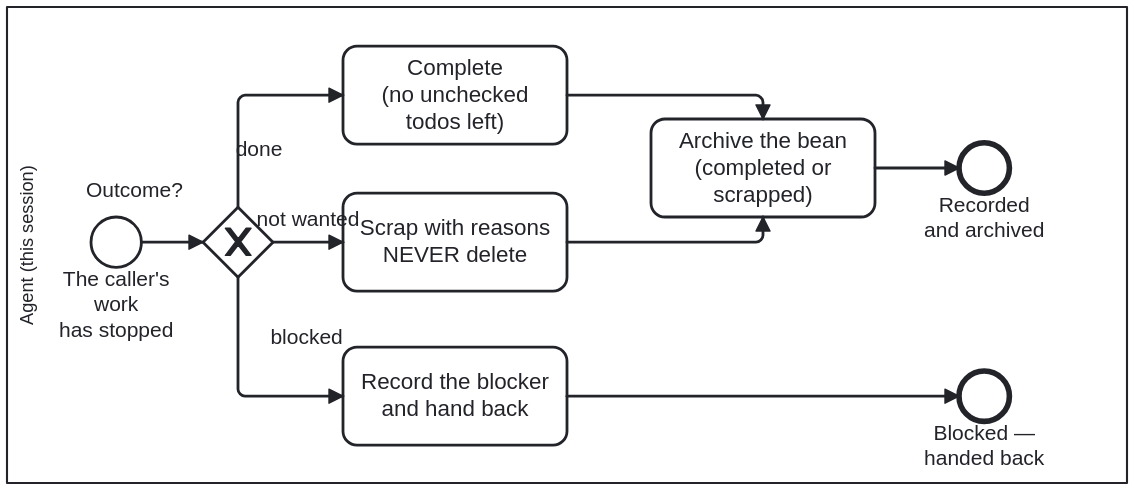
This is docs/assets/img/workflows/bean-close.svg from litlfred/cat-harness, a BPMN export, as it was before one commit. Its source is kept beside it as processes/sdlc/bean-close.bpmn. Ids are renumbered.
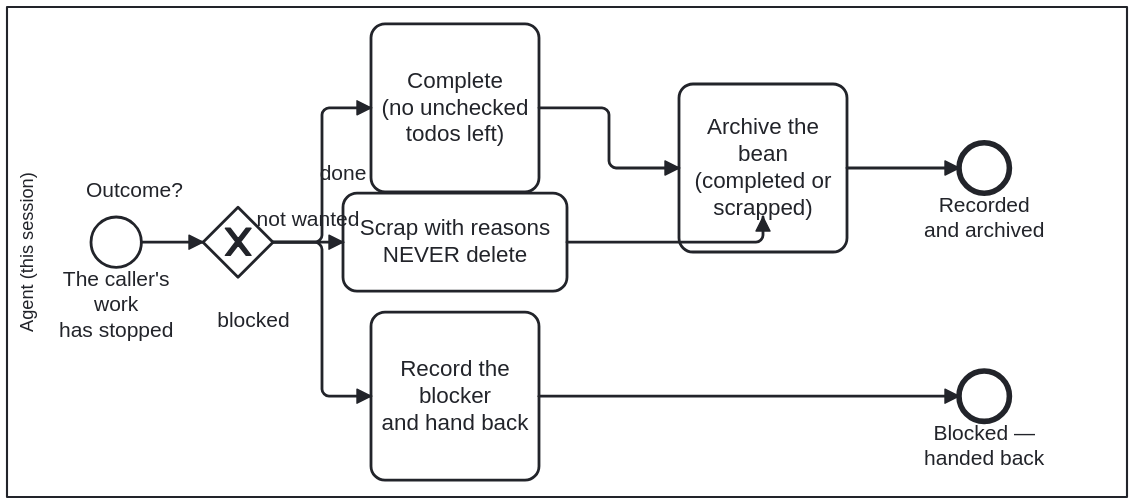
Above is the later version.

Diff of the diagram source:
```diff
@@ -118,29 +118,53 @@
 
   <bpmndi:BPMNDiagram id="BPMNDiagram_BeanClose">
     <bpmndi:BPMNPlane id="BPMNPlane_BeanClose" bpmnElement="Process_BeanClose">
-      <bpmndi:BPMNShape id="Lane_Agent_di" bpmnElement="Lane_Agent" isHorizontal="true"><dc:Bounds x="160" y="40" width="800" height="340"/></bpmndi:BPMNShape>
+      <bpmndi:BPMNShape id="Lane_Agent_di" bpmnElement="Lane_Agent" isHorizontal="true"><dc:Bounds x="160" y="40" width="800" height="350" /></bpmndi:BPMNShape>
 
-      <bpmndi:BPMNShape id="Close_Start_di" bpmnElement="Close_Start"><dc:Bounds x="220" y="190" width="36" height="36"/></bpmndi:BPMNShape>
-      <bpmndi:BPMNShape id="Close_Outcome_di" bpmnElement="Close_Outcome" isMarkerVisible="true"><dc:Bounds x="300" y="183" width="50" height="50"/>
-        <bpmndi:BPMNLabel><dc:Bounds x="206" y="162" width="90" height="17" /></bpmndi:BPMNLabel>
-      </bpmndi:BPMNShape>
-      <bpmndi:BPMNShape id="Close_Complete_di" bpmnElement="Close_Complete"><dc:Bounds x="400" y="68" width="160" height="70"/></bpmndi:BPMNShape>
-      <bpmndi:BPMNShape id="Close_Scrap_di" bpmnElement="Close_Scrap"><dc:Bounds x="400" y="173" width="160" height="70"/></bpmndi:BPMNShape>
-      <bpmndi:BPMNShape id="Close_RecordBlocker_di" bpmnElement="Close_RecordBlocker"><dc:Bounds x="400" y="283" width="160" height="70"/></bpmndi:BPMNShape>
-      <bpmndi:BPMNShape id="Close_Archive_di" bpmnElement="Close_Archive"><dc:Bounds x="620" y="120" width="160" height="70"/></bpmndi:BPMNShape>
-      <bpmndi:BPMNShape id="Close_Archived_di" bpmnElement="Close_Archived"><dc:Bounds x="840" y="137" width="36" height="36"/></bpmndi:BPMNShape>
-      <bpmndi:BPMNShape id="Close_HandedBack_di" bpmnElement="Close_HandedBack"><dc:Bounds x="840" y="300" width="36" height="36"/></bpmndi:BPMNShape>
+      <bpmndi:BPMNShape id="Close_Start_di" bpmnElement="Close_Start"><dc:Bounds x="220" y="190" width="36" height="36" /></bpmndi:BPMNShape>
+      <bpmndi:BPMNShape id="Close_Outcome_di" bpmnElement="Close_Outcome" isMarkerVisible="true"><dc:Bounds x="300" y="183" width="50" height="50" />
+
+      <bpmndi:BPMNLabel><dc:Bounds x="206" y="162" width="90" height="17" /></bpmndi:BPMNLabel></bpmndi:BPMNShape>
+      <bpmndi:BPMNShape id="Close_Complete_di" bpmnElement="Close_Complete"><dc:Bounds x="420" y="52" width="120" height="120" /></bpmndi:BPMNShape>
+      <bpmndi:BPMNShape id="Close_Scrap_di" bpmnElement="Close_Scrap"><dc:Bounds x="400" y="173" width="160" height="70" /></bpmndi:BPMNShape>
+      <bpmndi:BPMNShape id="Close_RecordBlocker_di" bpmnElement="Close_RecordBlocker"><dc:Bounds x="420" y="258" width="120" height="120" /></bpmndi:BPMNShape>
+      <bpmndi:BPMNShape id="Close_Archive_di" bpmnElement="Close_Archive"><dc:Bounds x="640" y="95" width="120" height="120" /></bpmndi:BPMNShape>
+      <bpmndi:BPMNShape id="Close_Archived_di" bpmnElement="Close_Archived"><dc:Bounds x="840" y="137" width="36" height="36" /></bpmndi:BPMNShape>
+      <bpmndi:BPMNShape id="Close_HandedBack_di" bpmnElement="Close_HandedBack"><dc:Bounds x="840" y="300" width="36" height="36" /></bpmndi:BPMNShape>
 
       <bpmndi:BPMNEdge id="BC_1_di" bpmnElement="BC_1"><di:waypoint x="256" y="208"/><di:waypoint x="300" y="208"/></bpmndi:BPMNEdge>
-      <bpmndi:BPMNEdge id="BC_2_di" bpmnElement="BC_2"><di:waypoint x="325" y="183"/><di:waypoint x="325" y="103"/><di:waypoint x="400" y="103"/></bpmndi:BPMNEdge>
+      <bpmndi:BPMNEdge id="BC_2_di" bpmnElement="BC_2">
+        <di:waypoint x="350" y="208" />
+        <di:waypoint x="385" y="208" />
+        <di:waypoint x="385" y="112" />
+        <di:waypoint x="420" y="112" />
+      </bpmndi:BPMNEdge>
       <bpmndi:BPMNEdge id="BC_3_di" bpmnElement="BC_3"><di:waypoint x="350" y="208"/><di:waypoint x="400" y="208"/></bpmndi:BPMNEdge>
-      <bpmndi:BPMNEdge id="BC_4_di" bpmnElement="BC_4"><di:waypoint x="325" y="233"/><di:waypoint x="325" y="318"/><di:waypoint x="400" y="318"/>
-        <bpmndi:BPMNLabel><dc:Bounds x="329" y="267" width="90" height="17" /></bpmndi:BPMNLabel>
+      <bpmndi:BPMNEdge id="BC_4_di" bpmnElement="BC_4">
+        <di:waypoint x="350" y="208" />
+        <di:waypoint x="385" y="208" />
+        <di:waypoint x="385" y="318" />
+        <di:waypoint x="420" y="318" />
+        <bpmndi:BPMNLabel><dc:Bounds x="291" y="254.5" width="90" height="17" /></bpmndi:BPMNLabel>
       </bpmndi:BPMNEdge>
-      <bpmndi:BPMNEdge id="BC_5_di" bpmnElement="BC_5"><di:waypoint x="560" y="103"/><di:waypoint x="700" y="103"/><di:waypoint x="700" y="120"/></bpmndi:BPMNEdge>
-      <bpmndi:BPMNEdge id="BC_6_di" bpmnElement="BC_6"><di:waypoint x="560" y="208"/><di:waypoint x="700" y="208"/><di:waypoint x="700" y="190"/></bpmndi:BPMNEdge>
-      <bpmndi:BPMNEdge id="BC_7_di" bpmnElement="BC_7"><di:waypoint x="780" y="155"/><di:waypoint x="840" y="155"/></bpmndi:BPMNEdge>
-      <bpmndi:BPMNEdge id="BC_8_di" bpmnElement="BC_8"><di:waypoint x="560" y="318"/><di:waypoint x="840" y="318"/></bpmndi:BPMNEdge>
+      <bpmndi:BPMNEdge id="BC_5_di" bpmnElement="BC_5">
+        <di:waypoint x="540" y="112" />
+        <di:waypoint x="590" y="112" />
+        <di:waypoint x="590" y="155" />
+        <di:waypoint x="640" y="155" />
+      </bpmndi:BPMNEdge>
+      <bpmndi:BPMNEdge id="BC_6_di" bpmnElement="BC_6">
+        <di:waypoint x="560" y="208" />
+        <di:waypoint x="700" y="208" />
+        <di:waypoint x="700" y="190" />
+      </bpmndi:BPMNEdge>
+      <bpmndi:BPMNEdge id="BC_7_di" bpmnElement="BC_7">
+        <di:waypoint x="760" y="155" />
+        <di:waypoint x="840" y="155" />
+      </bpmndi:BPMNEdge>
+      <bpmndi:BPMNEdge id="BC_8_di" bpmnElement="BC_8">
+        <di:waypoint x="540" y="318" />
+        <di:waypoint x="840" y="318" />
+      </bpmndi:BPMNEdge>
     </bpmndi:BPMNPlane>
   </bpmndi:BPMNDiagram>
 </bpmn:definitions>
```
